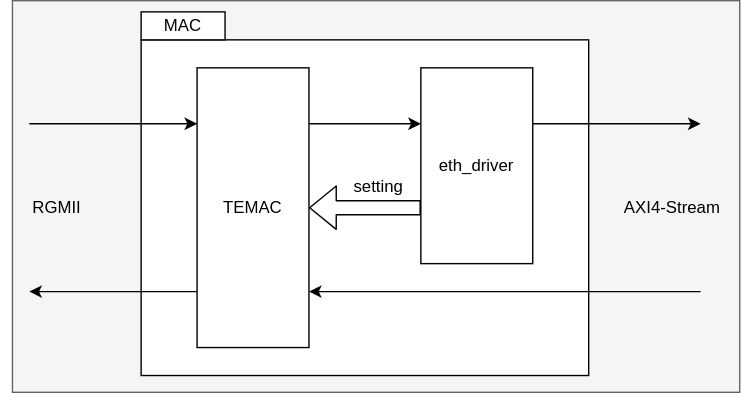
Earlier version of the draw.io export docs/cbs-switch/img/mac_block.drawio.svg (CCIRT/aist-tsn-switch). Source tidied: cells renumbered, new cells last; positions are measured from the earlier drawing's top-left corner, leaving out a move shared by most shapes.
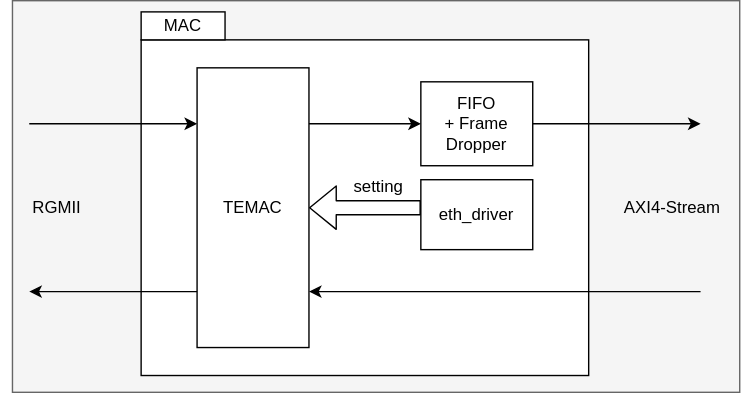
Above is the later version.

What changed in the source:
```diff
@@ -1,4 +1,4 @@
-<mxGraphModel>
+<mxGraphModel background="#ffffff">
   <root>
     <mxCell id="0" />
     <mxCell id="1" parent="0" />
@@ -12,7 +12,7 @@
       <mxGeometry x="140" y="48" width="80" height="200" as="geometry" />
     </mxCell>
     <mxCell id="5" value="eth_driver" style="rounded=0;whiteSpace=wrap;html=1;fillColor=default;" parent="1" vertex="1">
-      <mxGeometry x="300" y="48" width="80" height="140" as="geometry" />
+      <mxGeometry x="300" y="128" width="80" height="50" as="geometry" />
     </mxCell>
     <mxCell id="6" style="shape=flexArrow;endArrow=classic;html=1;" parent="1" edge="1">
       <mxGeometry relative="1" as="geometry">
@@ -62,5 +62,8 @@
     <mxCell id="15" value="MAC" style="rounded=0;whiteSpace=wrap;html=1;fillColor=default;" parent="1" vertex="1">
       <mxGeometry x="100" y="8" width="60" height="20" as="geometry" />
     </mxCell>
+    <mxCell id="16" value="FIFO&lt;br&gt;+ Frame Dropper" style="rounded=0;whiteSpace=wrap;html=1;fillColor=default;" parent="1" vertex="1">
+      <mxGeometry x="300" y="58" width="80" height="60" as="geometry" />
+    </mxCell>
   </root>
 </mxGraphModel>
```
